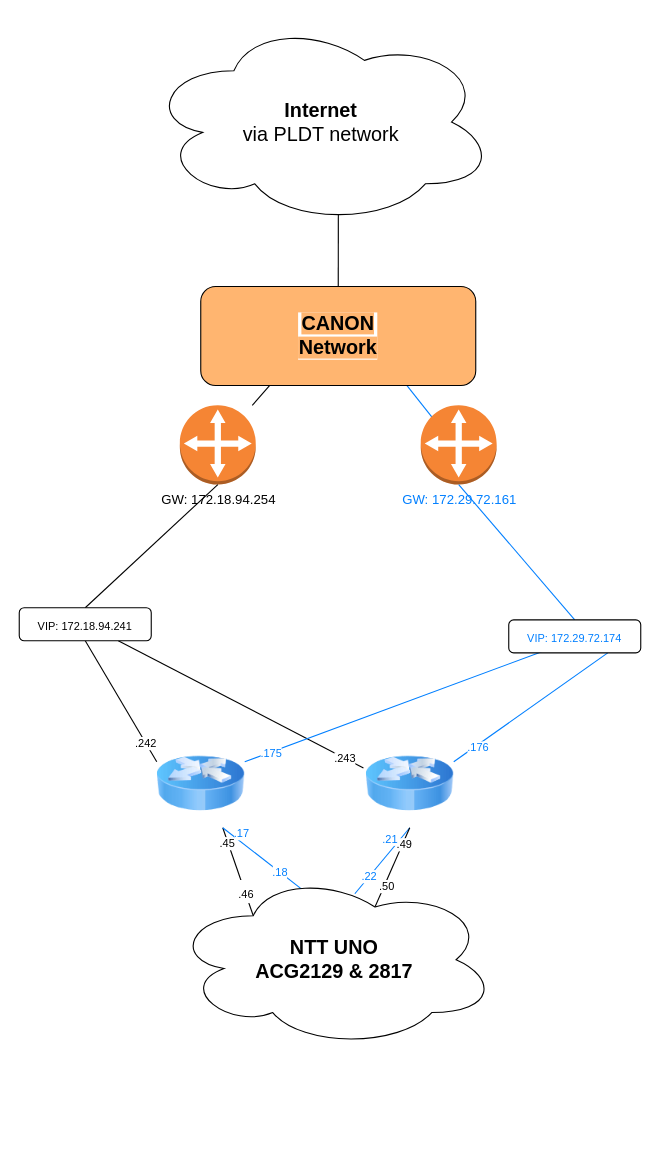
Before: Canon-mind draw-topology.drawio in henry1212/henry1212.github.io, a draw.io diagram. Source tidied: cells renumbered, new cells numbered last; positions are measured from the earlier drawing's top-left corner, leaving out a move shared by most shapes. Both pictures are drawn from the tidied source at 110%, with x=0, y=0 at pixel (19, 19).
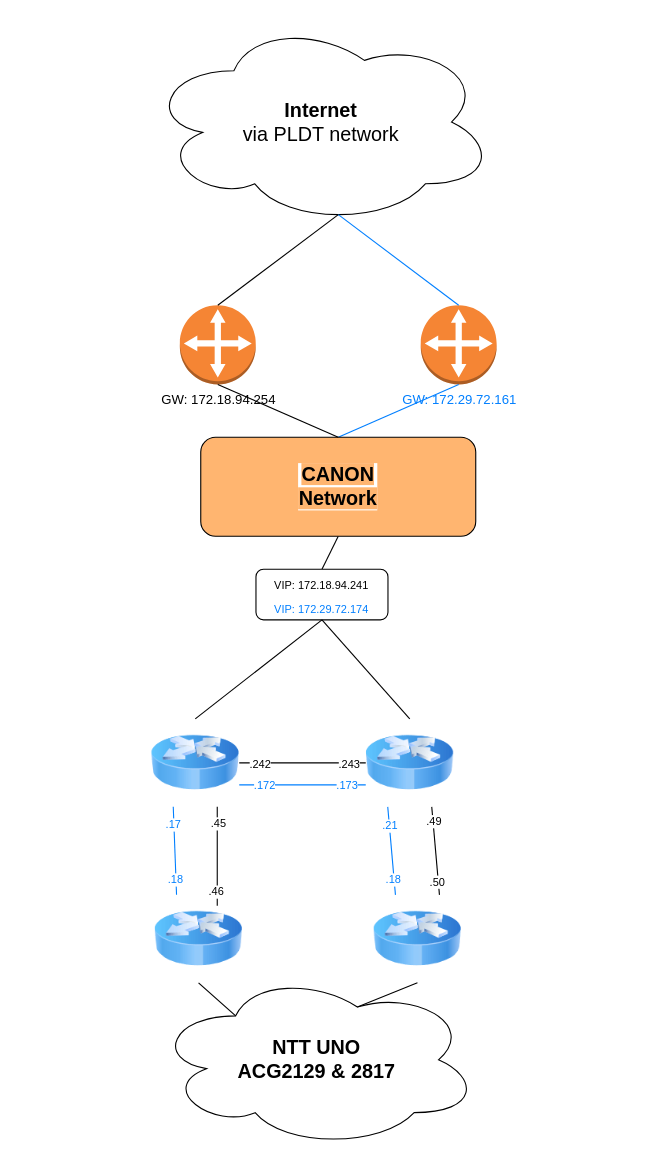
After the change.

Unchanged cells that the change refers to:
```xml
<mxCell id="2" value="&lt;font style=&quot;font-size: 18px;&quot;&gt;&lt;b&gt;Internet&lt;/b&gt;&lt;br&gt;via PLDT network&lt;br&gt;&lt;/font&gt;" style="ellipse;shape=cloud;whiteSpace=wrap;html=1;" parent="1" vertex="1">
  <mxGeometry x="116" width="316.5" height="187" as="geometry" />
</mxCell>
```

The edit, as a diff of the source:
```diff
@@
-    <mxCell id="3" style="edgeStyle=none;rounded=0;jettySize=auto;html=1;exitX=0.75;exitY=1;exitDx=0;exitDy=0;strokeColor=#000000;fontSize=10;fontColor=#007FFF;entryX=0.25;entryY=0.25;entryDx=0;entryDy=0;entryPerimeter=0;endArrow=none;endFill=0;" parent="1" edge="1" source="9" target="21">
-      <mxGeometry relative="1" as="geometry" />
-    </mxCell>
-    <mxCell id="4" value="&lt;font style=&quot;font-size: 10px;&quot;&gt;.46&lt;/font&gt;" style="edgeLabel;html=1;align=center;verticalAlign=middle;fontSize=18;fontColor=#000000;" parent="3" vertex="1">
-      <mxGeometry x="0.63" relative="1" as="geometry">
-        <mxPoint x="-2" y="-8" as="offset" />
-      </mxGeometry>
-    </mxCell>
-    <mxCell id="5" value=".45" style="edgeLabel;html=1;align=center;verticalAlign=middle;fontSize=10;fontColor=#000000;" parent="3" vertex="1">
-      <mxGeometry x="-0.66" y="-1" relative="1" as="geometry" />
-    </mxCell>
-    <mxCell id="6" style="edgeStyle=none;rounded=0;jettySize=auto;html=1;entryX=0.4;entryY=0.1;entryDx=0;entryDy=0;entryPerimeter=0;strokeColor=#007FFF;fontSize=10;fontColor=#007FFF;exitX=0.75;exitY=1;exitDx=0;exitDy=0;endArrow=none;endFill=0;" parent="1" edge="1" source="9" target="21">
+    <mxCell id="6" style="edgeStyle=none;rounded=0;jettySize=auto;html=1;entryX=0.25;entryY=1;entryDx=0;entryDy=0;strokeColor=#007FFF;fontSize=10;fontColor=#007FFF;exitX=0.25;exitY=0;exitDx=0;exitDy=0;endArrow=none;endFill=0;" parent="1" edge="1" source="38" target="9">
       <mxGeometry relative="1" as="geometry" />
     </mxCell>
-    <mxCell id="7" value="&lt;font color=&quot;#007fff&quot;&gt;.17&lt;/font&gt;" style="edgeLabel;html=1;align=center;verticalAlign=middle;fontSize=10;fontColor=#000000;" parent="6" vertex="1">
-      <mxGeometry x="-0.77" y="2" relative="1" as="geometry">
-        <mxPoint x="7" as="offset" />
-      </mxGeometry>
-    </mxCell>
-    <mxCell id="8" value=".18" style="edgeLabel;html=1;align=center;verticalAlign=middle;fontSize=10;fontColor=#007FFF;" parent="6" vertex="1">
-      <mxGeometry x="0.42" y="1" relative="1" as="geometry" />
+    <mxCell id="8" value=".17" style="edgeLabel;html=1;align=center;verticalAlign=middle;fontSize=10;fontColor=#007FFF;" parent="6" vertex="1">
+      <mxGeometry x="0.42" y="1" relative="1" as="geometry">
+        <mxPoint y="-8" as="offset" />
+      </mxGeometry>
     </mxCell>
+    <mxCell id="36" value=".18" style="edgeLabel;html=1;align=center;verticalAlign=middle;fontSize=10;fontColor=#007fff;" parent="6" vertex="1">
+      <mxGeometry x="-0.62" y="1" relative="1" as="geometry" />
+    </mxCell>
     <mxCell id="9" style="image;html=1;image=img/lib/clip_art/networking/Router_Icon_128x128.png;" parent="1" vertex="1">
-      <mxGeometry x="125" y="655" width="80" height="80" as="geometry" />
+      <mxGeometry x="120" y="636" width="80" height="80" as="geometry" />
     </mxCell>
-    <mxCell id="10" style="edgeStyle=none;rounded=0;jettySize=auto;html=1;entryX=0.563;entryY=0.125;entryDx=0;entryDy=0;entryPerimeter=0;strokeColor=#007FFF;fontSize=10;fontColor=#007FFF;endArrow=none;endFill=0;exitX=0.5;exitY=1;exitDx=0;exitDy=0;" parent="1" edge="1" source="16" target="21">
-      <mxGeometry relative="1" as="geometry" />
-    </mxCell>
-    <mxCell id="11" value=".21" style="edgeLabel;html=1;align=center;verticalAlign=middle;fontSize=10;fontColor=#007FFF;" parent="10" vertex="1">
-      <mxGeometry x="-0.74" y="-2" relative="1" as="geometry">
-        <mxPoint x="-11" y="3" as="offset" />
-      </mxGeometry>
-    </mxCell>
-    <mxCell id="12" value=".22" style="edgeLabel;html=1;align=center;verticalAlign=middle;fontSize=10;fontColor=#007FFF;" parent="10" vertex="1">
-      <mxGeometry x="0.47" y="-1" relative="1" as="geometry" />
-    </mxCell>
-    <mxCell id="13" style="edgeStyle=none;rounded=0;jettySize=auto;html=1;exitX=0.5;exitY=1;exitDx=0;exitDy=0;entryX=0.625;entryY=0.2;entryDx=0;entryDy=0;entryPerimeter=0;strokeColor=#000000;fontSize=10;fontColor=#007FFF;endArrow=none;endFill=0;" parent="1" edge="1" source="16" target="21">
-      <mxGeometry relative="1" as="geometry" />
-    </mxCell>
-    <mxCell id="14" value=".50" style="edgeLabel;html=1;align=center;verticalAlign=middle;fontSize=10;fontColor=#000000;" parent="13" vertex="1">
-      <mxGeometry x="0.45" y="2" relative="1" as="geometry" />
-    </mxCell>
-    <mxCell id="15" value=".49" style="edgeLabel;html=1;align=center;verticalAlign=middle;fontSize=10;fontColor=#000000;" parent="13" vertex="1">
-      <mxGeometry x="-0.62" y="1" relative="1" as="geometry" />
-    </mxCell>
     <mxCell id="16" style="image;html=1;image=img/lib/clip_art/networking/Router_Icon_128x128.png;" parent="1" vertex="1">
-      <mxGeometry x="315" y="655" width="80" height="80" as="geometry" />
+      <mxGeometry x="315" y="636" width="80" height="80" as="geometry" />
     </mxCell>
-    <mxCell id="17" style="edgeStyle=none;rounded=0;jettySize=auto;html=1;entryX=0.25;entryY=1;entryDx=0;entryDy=0;strokeColor=#000000;fontSize=10;fontColor=#007FFF;endArrow=none;endFill=0;" parent="1" edge="1" source="18" target="35">
-      <mxGeometry relative="1" as="geometry" />
-    </mxCell>
     <mxCell id="18" value="GW:&amp;nbsp;172.18.94.254" style="outlineConnect=0;dashed=0;verticalLabelPosition=bottom;verticalAlign=top;align=center;html=1;shape=mxgraph.aws3.customer_gateway;fillColor=#F58534;gradientColor=none;" parent="1" vertex="1">
-      <mxGeometry x="146" y="351" width="69" height="72" as="geometry" />
+      <mxGeometry x="146" y="260" width="69" height="72" as="geometry" />
     </mxCell>
-    <mxCell id="19" style="edgeStyle=none;rounded=0;jettySize=auto;html=1;exitX=0.145;exitY=0.145;exitDx=0;exitDy=0;exitPerimeter=0;strokeColor=#007FFF;fontSize=10;fontColor=#007FFF;entryX=0.75;entryY=1;entryDx=0;entryDy=0;endArrow=none;endFill=0;" parent="1" edge="1" source="20" target="35">
-      <mxGeometry relative="1" as="geometry" />
-    </mxCell>
     <mxCell id="20" value="&lt;font style=&quot;background-color: rgb(255, 255, 255);&quot; color=&quot;#007fff&quot;&gt;GW:&amp;nbsp;172.29.72.161&lt;/font&gt;" style="outlineConnect=0;dashed=0;verticalLabelPosition=bottom;verticalAlign=top;align=center;html=1;shape=mxgraph.aws3.customer_gateway;fillColor=#F58534;gradientColor=none;" parent="1" vertex="1">
-      <mxGeometry x="365" y="351" width="69" height="72" as="geometry" />
+      <mxGeometry x="365" y="260" width="69" height="72" as="geometry" />
     </mxCell>
     <mxCell id="21" value="&lt;font style=&quot;font-size: 18px;&quot;&gt;&lt;b&gt;NTT UNO&lt;br&gt;ACG2129 &amp;amp; 2817&lt;/b&gt;&lt;/font&gt;" style="ellipse;shape=cloud;whiteSpace=wrap;html=1;" parent="1" vertex="1">
-      <mxGeometry x="139" y="775" width="295" height="160" as="geometry" />
+      <mxGeometry x="123" y="866" width="295" height="160" as="geometry" />
     </mxCell>
-    <mxCell id="22" style="rounded=0;jettySize=auto;html=1;exitX=0.5;exitY=1;exitDx=0;exitDy=0;entryX=0;entryY=0.25;entryDx=0;entryDy=0;strokeColor=#000000;fontSize=10;fontColor=#007FFF;endArrow=none;endFill=0;" parent="1" edge="1" source="27" target="9">
-      <mxGeometry relative="1" as="geometry" />
-    </mxCell>
-    <mxCell id="23" value="&lt;font color=&quot;#000000&quot;&gt;.242&lt;/font&gt;" style="edgeLabel;html=1;align=center;verticalAlign=middle;fontSize=10;fontColor=#007FFF;strokeColor=#000000;" parent="22" vertex="1">
-      <mxGeometry x="0.69" relative="1" as="geometry" />
-    </mxCell>
-    <mxCell id="24" style="edgeStyle=none;rounded=0;jettySize=auto;html=1;exitX=0.75;exitY=1;exitDx=0;exitDy=0;strokeColor=#000000;fontSize=10;fontColor=#007FFF;entryX=-0.026;entryY=0.321;entryDx=0;entryDy=0;entryPerimeter=0;endArrow=none;endFill=0;" parent="1" edge="1" source="27" target="16">
-      <mxGeometry relative="1" as="geometry" />
-    </mxCell>
-    <mxCell id="25" value="&lt;font color=&quot;#000000&quot;&gt;.243&lt;/font&gt;" style="edgeLabel;html=1;align=center;verticalAlign=middle;fontSize=10;fontColor=#007FFF;strokeColor=#000000;" parent="24" vertex="1">
-      <mxGeometry x="0.85" relative="1" as="geometry" />
-    </mxCell>
-    <mxCell id="26" style="edgeStyle=none;rounded=0;jettySize=auto;html=1;exitX=0.5;exitY=0;exitDx=0;exitDy=0;strokeColor=#000000;fontSize=10;fontColor=#007FFF;endArrow=none;endFill=0;entryX=0.5;entryY=1;entryDx=0;entryDy=0;entryPerimeter=0;" parent="1" edge="1" source="27" target="18">
+    <mxCell id="26" style="edgeStyle=none;rounded=0;jettySize=auto;html=1;strokeColor=#000000;fontSize=10;fontColor=#007FFF;endArrow=none;endFill=0;entryX=0.5;entryY=1;entryDx=0;entryDy=0;exitX=0.5;exitY=0;exitDx=0;exitDy=0;" parent="1" edge="1" source="27" target="35">
       <mxGeometry relative="1" as="geometry" />
     </mxCell>
-    <mxCell id="27" value="&lt;font style=&quot;font-size: 10px;&quot;&gt;VIP: 172.18.94.241&lt;/font&gt;" style="rounded=1;whiteSpace=wrap;html=1;labelBackgroundColor=#FFFFFF;fontSize=18;fontColor=#000000;" parent="1" vertex="1">
-      <mxGeometry y="535" width="120" height="30" as="geometry" />
+    <mxCell id="27" value="&lt;font style=&quot;font-size: 10px;&quot;&gt;VIP: 172.18.94.241&lt;br&gt;&lt;font color=&quot;#007fff&quot;&gt;VIP: 172.29.72.174&lt;/font&gt;&lt;br&gt;&lt;/font&gt;" style="rounded=1;whiteSpace=wrap;html=1;labelBackgroundColor=#FFFFFF;fontSize=18;fontColor=#000000;" parent="1" vertex="1">
+      <mxGeometry x="215.2" y="500" width="120" height="46" as="geometry" />
     </mxCell>
-    <mxCell id="28" style="edgeStyle=none;rounded=0;jettySize=auto;html=1;exitX=0.25;exitY=1;exitDx=0;exitDy=0;entryX=1;entryY=0.25;entryDx=0;entryDy=0;strokeColor=#007FFF;fontSize=10;fontColor=#007FFF;endArrow=none;endFill=0;" parent="1" edge="1" target="9">
-      <mxGeometry relative="1" as="geometry">
-        <mxPoint x="475" y="575" as="sourcePoint" />
-      </mxGeometry>
-    </mxCell>
-    <mxCell id="29" value=".175" style="edgeLabel;html=1;align=center;verticalAlign=middle;fontSize=10;fontColor=#007FFF;" parent="28" vertex="1">
-      <mxGeometry x="0.83" relative="1" as="geometry" />
-    </mxCell>
-    <mxCell id="30" style="edgeStyle=none;rounded=0;jettySize=auto;html=1;exitX=0.75;exitY=1;exitDx=0;exitDy=0;entryX=1;entryY=0.25;entryDx=0;entryDy=0;strokeColor=#007FFF;fontSize=10;fontColor=#007FFF;endArrow=none;endFill=0;" parent="1" edge="1" source="33" target="16">
-      <mxGeometry relative="1" as="geometry" />
-    </mxCell>
-    <mxCell id="31" value=".176" style="edgeLabel;html=1;align=center;verticalAlign=middle;fontSize=10;fontColor=#007FFF;" parent="30" vertex="1">
-      <mxGeometry x="0.7" y="2" relative="1" as="geometry" />
-    </mxCell>
-    <mxCell id="32" style="edgeStyle=none;rounded=0;jettySize=auto;html=1;exitX=0.5;exitY=0;exitDx=0;exitDy=0;strokeColor=#007FFF;fontSize=10;fontColor=#007FFF;endArrow=none;endFill=0;entryX=0.5;entryY=1;entryDx=0;entryDy=0;entryPerimeter=0;" parent="1" edge="1" source="33" target="20">
+    <mxCell id="32" style="edgeStyle=none;rounded=0;jettySize=auto;html=1;strokeColor=#007FFF;fontSize=10;fontColor=#007FFF;endArrow=none;endFill=0;entryX=0.5;entryY=1;entryDx=0;entryDy=0;entryPerimeter=0;exitX=0.5;exitY=0;exitDx=0;exitDy=0;" parent="1" edge="1" source="35" target="20">
       <mxGeometry relative="1" as="geometry" />
     </mxCell>
-    <mxCell id="33" value="&lt;font color=&quot;#007fff&quot; style=&quot;font-size: 10px;&quot;&gt;VIP: 172.29.72.174&lt;/font&gt;" style="rounded=1;whiteSpace=wrap;html=1;labelBackgroundColor=#FFFFFF;fontSize=18;fontColor=#000000;" parent="1" vertex="1">
-      <mxGeometry x="445" y="546" width="120" height="30" as="geometry" />
-    </mxCell>
-    <mxCell id="34" style="edgeStyle=none;rounded=0;jettySize=auto;html=1;exitX=0.5;exitY=0;exitDx=0;exitDy=0;entryX=0.55;entryY=0.95;entryDx=0;entryDy=0;strokeColor=#000000;fontSize=10;fontColor=#007FFF;endArrow=none;endFill=0;entryPerimeter=0;" parent="1" edge="1" source="35" target="2">
+    <mxCell id="34" style="edgeStyle=none;rounded=0;jettySize=auto;html=1;entryX=0.55;entryY=0.95;entryDx=0;entryDy=0;strokeColor=#000000;fontSize=10;fontColor=#007FFF;endArrow=none;endFill=0;entryPerimeter=0;exitX=0.5;exitY=0;exitDx=0;exitDy=0;exitPerimeter=0;" parent="1" edge="1" source="18" target="2">
       <mxGeometry relative="1" as="geometry" />
     </mxCell>
     <mxCell id="35" value="&lt;span style=&quot;font-size: 18px; background-color: rgb(255, 181, 112);&quot;&gt;&lt;b&gt;CANON&lt;br&gt;Network&lt;/b&gt;&lt;/span&gt;" style="rounded=1;whiteSpace=wrap;html=1;labelBackgroundColor=#FFFFFF;strokeColor=#000000;fontSize=10;fontColor=#000000;fillColor=#FFB570;" parent="1" vertex="1">
-      <mxGeometry x="165" y="243" width="250" height="90" as="geometry" />
+      <mxGeometry x="165" y="380" width="250" height="90" as="geometry" />
     </mxCell>
+    <mxCell id="37" style="rounded=0;jettySize=auto;html=1;entryX=1;entryY=0.5;entryDx=0;entryDy=0;strokeColor=#000000;fontSize=10;fontColor=#007FFF;endArrow=none;endFill=0;" parent="1" edge="1" source="16" target="9">
+      <mxGeometry relative="1" as="geometry" />
+    </mxCell>
+    <mxCell id="23" value="&lt;font color=&quot;#000000&quot;&gt;.242&lt;/font&gt;" style="edgeLabel;html=1;align=center;verticalAlign=middle;fontSize=10;fontColor=#007FFF;strokeColor=#000000;" parent="37" vertex="1">
+      <mxGeometry x="0.69" relative="1" as="geometry" />
+    </mxCell>
+    <mxCell id="25" value=".243" style="edgeLabel;html=1;align=center;verticalAlign=middle;fontSize=10;" parent="37" vertex="1">
+      <mxGeometry x="-0.73" y="2" relative="1" as="geometry">
+        <mxPoint y="-2" as="offset" />
+      </mxGeometry>
+    </mxCell>
+    <mxCell id="38" style="image;html=1;image=img/lib/clip_art/networking/Router_Icon_128x128.png;" parent="1" vertex="1">
+      <mxGeometry x="123" y="796" width="80" height="80" as="geometry" />
+    </mxCell>
+    <mxCell id="39" style="image;html=1;image=img/lib/clip_art/networking/Router_Icon_128x128.png;" parent="1" vertex="1">
+      <mxGeometry x="322" y="796" width="80" height="80" as="geometry" />
+    </mxCell>
+    <mxCell id="40" style="rounded=0;jettySize=auto;html=1;entryX=0.75;entryY=1;entryDx=0;entryDy=0;strokeColor=#000000;fontSize=10;fontColor=#007FFF;endArrow=none;endFill=0;" parent="1" edge="1" target="9">
+      <mxGeometry relative="1" as="geometry">
+        <mxPoint x="180" y="806" as="sourcePoint" />
+      </mxGeometry>
+    </mxCell>
+    <mxCell id="5" value="&lt;font color=&quot;#000000&quot;&gt;.45&lt;/font&gt;" style="edgeLabel;html=1;align=center;verticalAlign=middle;fontSize=10;fontColor=#007FFF;strokeColor=#000000;" parent="40" vertex="1">
+      <mxGeometry x="0.69" relative="1" as="geometry" />
+    </mxCell>
+    <mxCell id="4" value=".46" style="edgeLabel;html=1;align=center;verticalAlign=middle;fontSize=10;" parent="40" vertex="1">
+      <mxGeometry x="-0.73" y="2" relative="1" as="geometry">
+        <mxPoint y="-2" as="offset" />
+      </mxGeometry>
+    </mxCell>
+    <mxCell id="41" style="rounded=0;jettySize=auto;html=1;entryX=0.75;entryY=1;entryDx=0;entryDy=0;strokeColor=#000000;fontSize=10;fontColor=#007FFF;endArrow=none;endFill=0;exitX=0.75;exitY=0;exitDx=0;exitDy=0;" parent="1" edge="1" source="39" target="16">
+      <mxGeometry relative="1" as="geometry" />
+    </mxCell>
+    <mxCell id="15" value="&lt;font color=&quot;#000000&quot;&gt;.49&lt;/font&gt;" style="edgeLabel;html=1;align=center;verticalAlign=middle;fontSize=10;fontColor=#007FFF;strokeColor=#000000;" parent="41" vertex="1">
+      <mxGeometry x="0.69" relative="1" as="geometry" />
+    </mxCell>
+    <mxCell id="14" value=".50" style="edgeLabel;html=1;align=center;verticalAlign=middle;fontSize=10;" parent="41" vertex="1">
+      <mxGeometry x="-0.73" y="2" relative="1" as="geometry">
+        <mxPoint y="-2" as="offset" />
+      </mxGeometry>
+    </mxCell>
+    <mxCell id="42" style="edgeStyle=none;rounded=0;jettySize=auto;html=1;entryX=0.25;entryY=1;entryDx=0;entryDy=0;strokeColor=#007FFF;fontSize=10;fontColor=#007FFF;exitX=0.25;exitY=0;exitDx=0;exitDy=0;endArrow=none;endFill=0;" parent="1" edge="1" source="39" target="16">
+      <mxGeometry relative="1" as="geometry" />
+    </mxCell>
+    <mxCell id="11" value=".21" style="edgeLabel;html=1;align=center;verticalAlign=middle;fontSize=10;fontColor=#007FFF;" parent="42" vertex="1">
+      <mxGeometry x="0.42" y="1" relative="1" as="geometry">
+        <mxPoint y="-7" as="offset" />
+      </mxGeometry>
+    </mxCell>
+    <mxCell id="43" value=".18" style="edgeLabel;html=1;align=center;verticalAlign=middle;fontSize=10;fontColor=#007fff;" parent="42" vertex="1">
+      <mxGeometry x="-0.62" y="1" relative="1" as="geometry" />
+    </mxCell>
+    <mxCell id="44" style="edgeStyle=none;rounded=0;jettySize=auto;html=1;entryX=0;entryY=0.75;entryDx=0;entryDy=0;strokeColor=#007FFF;fontSize=10;fontColor=#007FFF;exitX=1;exitY=0.75;exitDx=0;exitDy=0;endArrow=none;endFill=0;" parent="1" edge="1" source="9" target="16">
+      <mxGeometry relative="1" as="geometry" />
+    </mxCell>
+    <mxCell id="45" value=".173" style="edgeLabel;html=1;align=center;verticalAlign=middle;fontSize=10;fontColor=#007FFF;" parent="44" vertex="1">
+      <mxGeometry x="0.42" y="1" relative="1" as="geometry">
+        <mxPoint x="15" as="offset" />
+      </mxGeometry>
+    </mxCell>
+    <mxCell id="46" value=".172" style="edgeLabel;html=1;align=center;verticalAlign=middle;fontSize=10;fontColor=#007fff;" parent="44" vertex="1">
+      <mxGeometry x="-0.62" y="1" relative="1" as="geometry" />
+    </mxCell>
+    <mxCell id="47" style="edgeStyle=none;rounded=0;jettySize=auto;html=1;strokeColor=#000000;fontSize=10;fontColor=#007FFF;endArrow=none;endFill=0;entryX=0.5;entryY=1;entryDx=0;entryDy=0;exitX=0.5;exitY=0;exitDx=0;exitDy=0;" parent="1" edge="1" source="9" target="27">
+      <mxGeometry relative="1" as="geometry" />
+    </mxCell>
+    <mxCell id="24" style="edgeStyle=none;rounded=0;jettySize=auto;html=1;strokeColor=#000000;fontSize=10;fontColor=#007FFF;endArrow=none;endFill=0;entryX=0.5;entryY=0;entryDx=0;entryDy=0;exitX=0.5;exitY=1;exitDx=0;exitDy=0;" parent="1" edge="1" source="27" target="16">
+      <mxGeometry relative="1" as="geometry" />
+    </mxCell>
+    <mxCell id="48" style="edgeStyle=none;rounded=0;jettySize=auto;html=1;strokeColor=#000000;fontSize=10;fontColor=#007FFF;endArrow=none;endFill=0;entryX=0.5;entryY=1;entryDx=0;entryDy=0;exitX=0.25;exitY=0.25;exitDx=0;exitDy=0;exitPerimeter=0;" parent="1" edge="1" source="21" target="38">
+      <mxGeometry relative="1" as="geometry" />
+    </mxCell>
+    <mxCell id="49" style="edgeStyle=none;rounded=0;jettySize=auto;html=1;strokeColor=#000000;fontSize=10;fontColor=#007FFF;endArrow=none;endFill=0;entryX=0.625;entryY=0.2;entryDx=0;entryDy=0;exitX=0.5;exitY=1;exitDx=0;exitDy=0;entryPerimeter=0;" parent="1" edge="1" source="39" target="21">
+      <mxGeometry relative="1" as="geometry" />
+    </mxCell>
+    <mxCell id="50" style="edgeStyle=none;rounded=0;jettySize=auto;html=1;strokeColor=#007FFF;fontSize=10;fontColor=#007FFF;endArrow=none;endFill=0;exitX=0.5;exitY=0;exitDx=0;exitDy=0;exitPerimeter=0;entryX=0.55;entryY=0.95;entryDx=0;entryDy=0;entryPerimeter=0;" parent="1" edge="1" source="20" target="2">
+      <mxGeometry relative="1" as="geometry" />
+    </mxCell>
+    <mxCell id="51" style="edgeStyle=none;rounded=0;jettySize=auto;html=1;strokeColor=#000000;fontSize=10;fontColor=#007FFF;endArrow=none;endFill=0;entryX=0.5;entryY=1;entryDx=0;entryDy=0;exitX=0.5;exitY=0;exitDx=0;exitDy=0;entryPerimeter=0;" parent="1" edge="1" source="35" target="18">
+      <mxGeometry relative="1" as="geometry" />
+    </mxCell>
```
